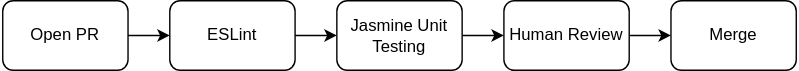
The draw.io diagram docs/decisions/workflow.svg in cse110-sp26-group23/cse110-sp26-group23, before a commit. Source tidied: cells renumbered, new cells last; positions are measured from the earlier drawing's top-left corner, leaving out a move shared by most shapes. Source of this version:
```xml
<mxGraphModel>
  <root>
    <mxCell id="0" />
    <mxCell id="1" parent="0" />
    <mxCell id="2" style="edgeStyle=none;html=1;" parent="1" edge="1" source="3" target="5">
      <mxGeometry relative="1" as="geometry" />
    </mxCell>
    <mxCell id="3" value="Open PR" style="rounded=1;whiteSpace=wrap;html=1;" parent="1" vertex="1">
      <mxGeometry width="90" height="50" as="geometry" />
    </mxCell>
    <mxCell id="4" style="edgeStyle=none;html=1;" parent="1" edge="1" source="5" target="7">
      <mxGeometry relative="1" as="geometry" />
    </mxCell>
    <mxCell id="5" value="ESLint" style="rounded=1;whiteSpace=wrap;html=1;" parent="1" vertex="1">
      <mxGeometry x="120" width="90" height="50" as="geometry" />
    </mxCell>
    <mxCell id="6" style="edgeStyle=none;html=1;" parent="1" edge="1" source="7" target="9">
      <mxGeometry relative="1" as="geometry" />
    </mxCell>
    <mxCell id="7" value="Jasmine Unit Testing" style="rounded=1;whiteSpace=wrap;html=1;" parent="1" vertex="1">
      <mxGeometry x="240" width="90" height="50" as="geometry" />
    </mxCell>
    <mxCell id="8" style="edgeStyle=none;html=1;" parent="1" edge="1" source="9" target="10">
      <mxGeometry relative="1" as="geometry" />
    </mxCell>
    <mxCell id="9" value="Human Review" style="rounded=1;whiteSpace=wrap;html=1;" parent="1" vertex="1">
      <mxGeometry x="360" width="90" height="50" as="geometry" />
    </mxCell>
    <mxCell id="10" value="Merge" style="rounded=1;whiteSpace=wrap;html=1;" parent="1" vertex="1">
      <mxGeometry x="480" width="90" height="50" as="geometry" />
    </mxCell>
  </root>
</mxGraphModel>
```
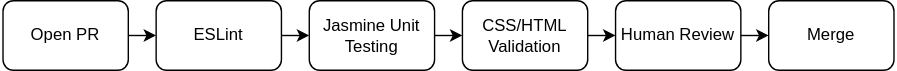
The same diagram one commit later.

Commit message:
Update workflow diagram to include validation step

Diff of the diagram source:
```diff
@@ -12,22 +12,28 @@
       <mxGeometry relative="1" as="geometry" />
     </mxCell>
     <mxCell id="5" value="ESLint" style="rounded=1;whiteSpace=wrap;html=1;" parent="1" vertex="1">
-      <mxGeometry x="120" width="90" height="50" as="geometry" />
+      <mxGeometry x="110" width="90" height="50" as="geometry" />
     </mxCell>
-    <mxCell id="6" style="edgeStyle=none;html=1;" parent="1" edge="1" source="7" target="9">
+    <mxCell id="6" style="edgeStyle=none;html=1;entryX=0;entryY=0.5;entryDx=0;entryDy=0;" parent="1" edge="1" source="7" target="12">
       <mxGeometry relative="1" as="geometry" />
     </mxCell>
     <mxCell id="7" value="Jasmine Unit Testing" style="rounded=1;whiteSpace=wrap;html=1;" parent="1" vertex="1">
-      <mxGeometry x="240" width="90" height="50" as="geometry" />
+      <mxGeometry x="220" width="90" height="50" as="geometry" />
     </mxCell>
     <mxCell id="8" style="edgeStyle=none;html=1;" parent="1" edge="1" source="9" target="10">
       <mxGeometry relative="1" as="geometry" />
     </mxCell>
     <mxCell id="9" value="Human Review" style="rounded=1;whiteSpace=wrap;html=1;" parent="1" vertex="1">
-      <mxGeometry x="360" width="90" height="50" as="geometry" />
+      <mxGeometry x="440" width="90" height="50" as="geometry" />
     </mxCell>
     <mxCell id="10" value="Merge" style="rounded=1;whiteSpace=wrap;html=1;" parent="1" vertex="1">
-      <mxGeometry x="480" width="90" height="50" as="geometry" />
+      <mxGeometry x="550" width="90" height="50" as="geometry" />
     </mxCell>
+    <mxCell id="11" style="edgeStyle=none;html=1;" parent="1" edge="1" source="12" target="9">
+      <mxGeometry relative="1" as="geometry" />
+    </mxCell>
+    <mxCell id="12" value="CSS/HTML Validation" style="rounded=1;whiteSpace=wrap;html=1;" parent="1" vertex="1">
+      <mxGeometry x="330" width="90" height="50" as="geometry" />
+    </mxCell>
   </root>
 </mxGraphModel>
```
